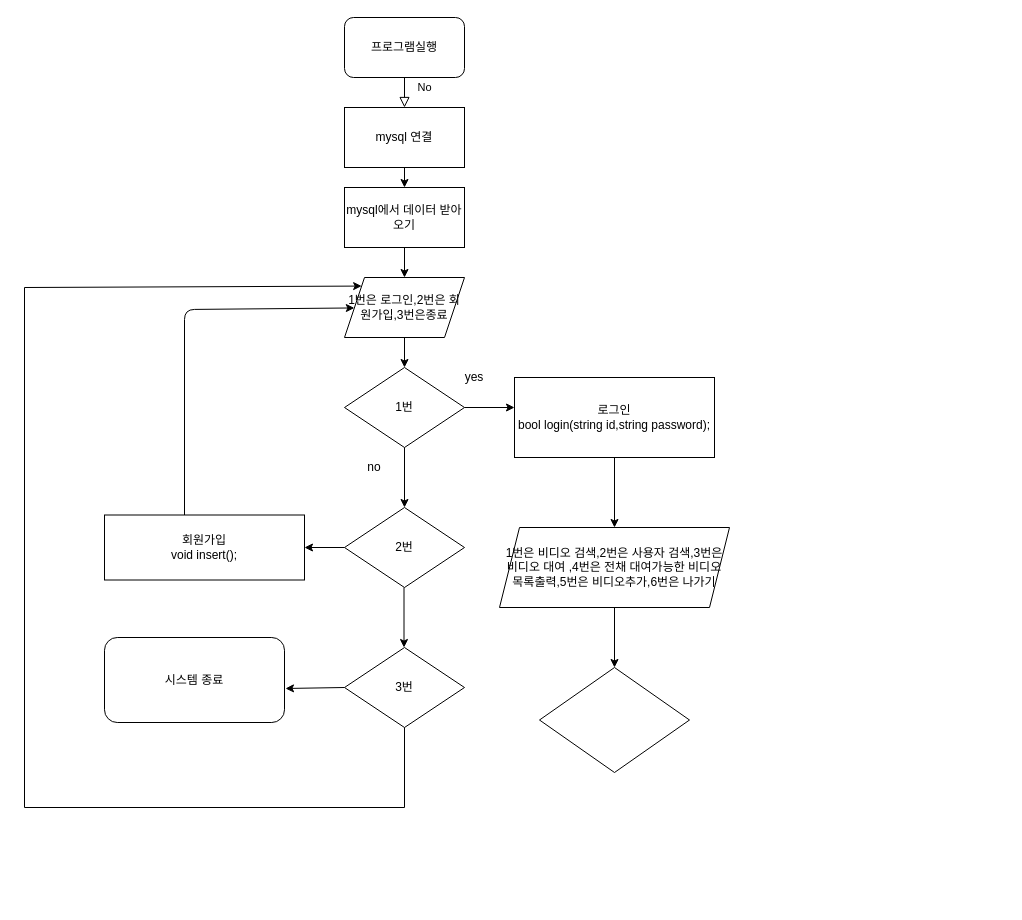
Before: 제목 없는 다이어그램.drawio in creepereye/Git-Tutorial, a draw.io diagram. Source tidied: cells renumbered, new cells numbered last; positions are measured from the earlier drawing's top-left corner, leaving out a move shared by most shapes. Both pictures are drawn from the tidied source at 100%, with x=0, y=0 at pixel (24, 17).
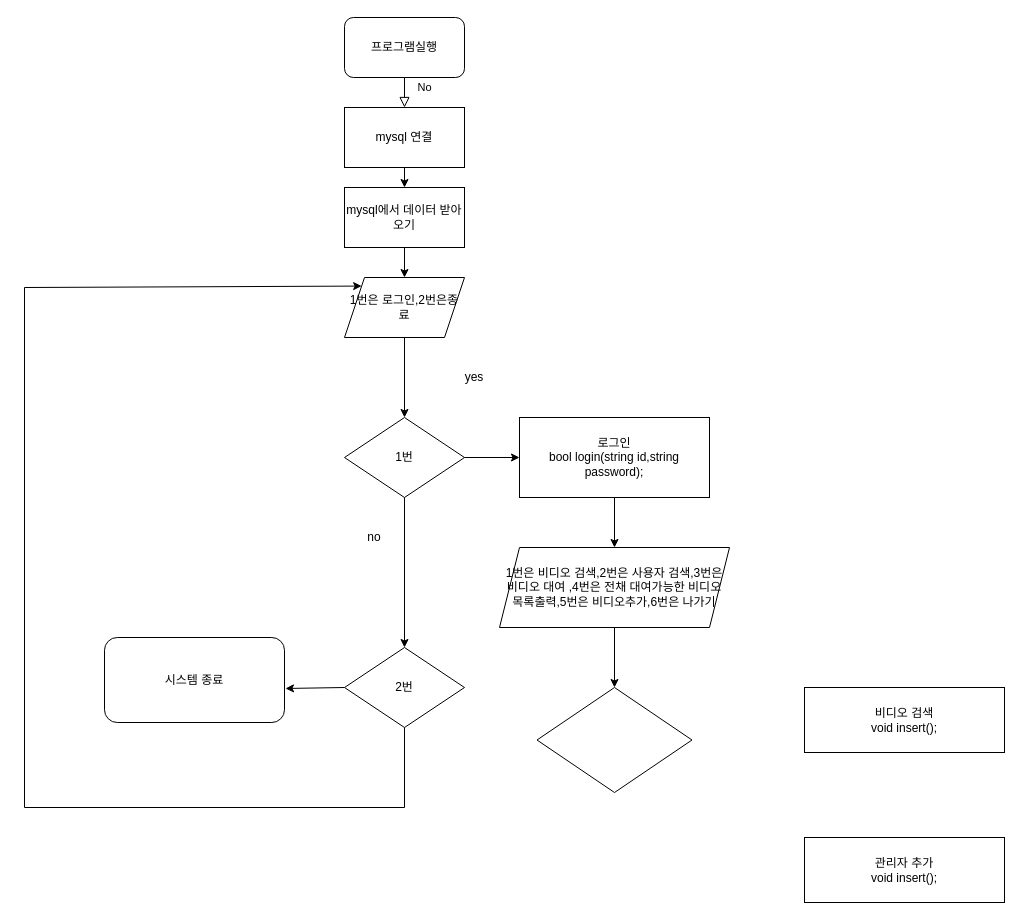
Above is the later version.

Commit message:
제목 없는 다이어그램.drawio 업데이트

Change to the diagram source:
```diff
@@
     <mxCell id="5" value="1번" style="rhombus;whiteSpace=wrap;html=1;" parent="1" vertex="1">
-      <mxGeometry x="320" y="350" width="120" height="80" as="geometry" />
+      <mxGeometry x="320" y="400" width="120" height="80" as="geometry" />
     </mxCell>
@@
-    <mxCell id="7" style="endArrow=classic;html=1;entryX=0.5;entryY=0;entryDx=0;entryDy=0;" parent="1" edge="1" source="5">
-      <mxGeometry relative="1" as="geometry">
-        <mxPoint x="380" y="490" as="targetPoint" />
-      </mxGeometry>
+    <mxCell id="7" style="endArrow=classic;html=1;entryX=0.5;entryY=0;entryDx=0;entryDy=0;" parent="1" edge="1" source="5" target="18">
+      <mxGeometry relative="1" as="geometry" />
     </mxCell>
@@
-    <mxCell id="9" style="endArrow=classic;html=1;entryX=0;entryY=0.5;entryDx=0;entryDy=0;exitX=1;exitY=0.5;exitDx=0;exitDy=0;" parent="1" edge="1" source="5">
-      <mxGeometry relative="1" as="geometry">
-        <mxPoint x="490" y="390" as="targetPoint" />
-      </mxGeometry>
+    <mxCell id="9" style="endArrow=classic;html=1;entryX=0;entryY=0.5;entryDx=0;entryDy=0;exitX=1;exitY=0.5;exitDx=0;exitDy=0;" parent="1" edge="1" source="5" target="13">
+      <mxGeometry relative="1" as="geometry" />
     </mxCell>
-    <mxCell id="10" value="1번은 로그인,2번은 회원가입,3번은종료" style="shape=parallelogram;perimeter=parallelogramPerimeter;whiteSpace=wrap;html=1;fixedSize=1;" parent="1" vertex="1">
+    <mxCell id="10" value="1번은 로그인,2번은종료" style="shape=parallelogram;perimeter=parallelogramPerimeter;whiteSpace=wrap;html=1;fixedSize=1;" parent="1" vertex="1">
       <mxGeometry x="320" y="260" width="120" height="60" as="geometry" />
     </mxCell>
@@
-    <mxCell id="12" value="2번" style="rhombus;whiteSpace=wrap;html=1;" parent="1" vertex="1">
-      <mxGeometry x="320" y="490" width="120" height="80" as="geometry" />
-    </mxCell>
     <mxCell id="13" value="로그인&lt;br&gt;bool login(string id,string password);" style="rounded=0;whiteSpace=wrap;html=1;" parent="1" vertex="1">
-      <mxGeometry x="490" y="360" width="200" height="80" as="geometry" />
+      <mxGeometry x="495" y="400" width="190" height="80" as="geometry" />
     </mxCell>
     <mxCell id="14" value="no" style="text;html=1;strokeColor=none;fillColor=none;align=center;verticalAlign=middle;whiteSpace=wrap;rounded=0;" parent="1" vertex="1">
-      <mxGeometry x="330" y="440" width="40" height="20" as="geometry" />
+      <mxGeometry x="330" y="510" width="40" height="20" as="geometry" />
     </mxCell>
-    <mxCell id="15" style="endArrow=classic;html=1;exitX=0;exitY=0.5;exitDx=0;exitDy=0;entryX=1;entryY=0.5;entryDx=0;entryDy=0;" parent="1" edge="1" source="12" target="16">
-      <mxGeometry relative="1" as="geometry" />
-    </mxCell>
-    <mxCell id="16" value="회원가입&lt;br&gt;void insert();" style="rounded=0;whiteSpace=wrap;html=1;" parent="1" vertex="1">
-      <mxGeometry x="80" y="497.5" width="200" height="65" as="geometry" />
+    <mxCell id="16" value="관리자 추가&lt;br&gt;void insert();" style="rounded=0;whiteSpace=wrap;html=1;" parent="1" vertex="1">
+      <mxGeometry x="780" y="820" width="200" height="65" as="geometry" />
     </mxCell>
-    <mxCell id="17" style="endArrow=classic;html=1;entryX=0.5;entryY=0;entryDx=0;entryDy=0;" parent="1" edge="1">
-      <mxGeometry relative="1" as="geometry">
-        <mxPoint x="379.5" y="570" as="sourcePoint" />
-        <mxPoint x="379.5" y="630" as="targetPoint" />
-      </mxGeometry>
-    </mxCell>
-    <mxCell id="18" value="3번" style="rhombus;whiteSpace=wrap;html=1;" parent="1" vertex="1">
+    <mxCell id="18" value="2번" style="rhombus;whiteSpace=wrap;html=1;" parent="1" vertex="1">
       <mxGeometry x="320" y="630" width="120" height="80" as="geometry" />
     </mxCell>
@@
-    <mxCell id="21" style="endArrow=classic;html=1;" parent="1" edge="1" target="10">
-      <mxGeometry relative="1" as="geometry">
-        <mxPoint x="160" y="497.5" as="sourcePoint" />
-        <Array as="points">
-          <mxPoint x="160" y="292" />
-        </Array>
-      </mxGeometry>
-    </mxCell>
@@
-    <mxCell id="26" style="endArrow=classic;html=1;exitX=0.5;exitY=1;exitDx=0;exitDy=0;" parent="1" edge="1" source="13">
-      <mxGeometry relative="1" as="geometry">
-        <mxPoint x="590" y="510" as="targetPoint" />
-      </mxGeometry>
+    <mxCell id="26" style="endArrow=classic;html=1;exitX=0.5;exitY=1;exitDx=0;exitDy=0;entryX=0.5;entryY=0;entryDx=0;entryDy=0;" parent="1" edge="1" source="13" target="28">
+      <mxGeometry relative="1" as="geometry" />
     </mxCell>
     <mxCell id="27" style="rhombus;whiteSpace=wrap;html=1;" parent="1" vertex="1">
-      <mxGeometry x="515" y="650" width="150" height="105" as="geometry" />
+      <mxGeometry x="512.5" y="670" width="155" height="105" as="geometry" />
     </mxCell>
     <mxCell id="28" value="1번은 비디오 검색,2번은 사용자 검색,3번은 비디오 대여 ,4번은 전채 대여가능한 비디오 목록출력,5번은 비디오추가,6번은 나가기" style="shape=parallelogram;perimeter=parallelogramPerimeter;whiteSpace=wrap;html=1;fixedSize=1;" parent="1" vertex="1">
-      <mxGeometry x="475" y="510" width="230" height="80" as="geometry" />
+      <mxGeometry x="475" y="530" width="230" height="80" as="geometry" />
     </mxCell>
@@
+    <mxCell id="32" value="비디오 검색&lt;br&gt;void insert();" style="rounded=0;whiteSpace=wrap;html=1;" parent="1" vertex="1">
+      <mxGeometry x="780" y="670" width="200" height="65" as="geometry" />
+    </mxCell>
```
